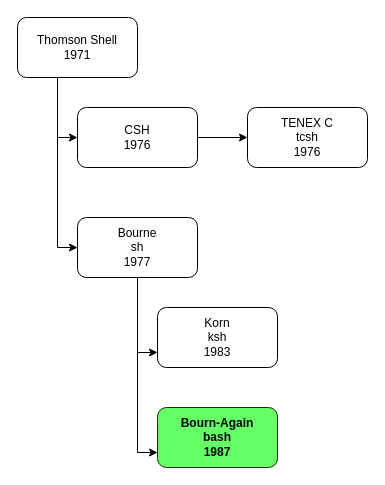
tutmosisII/TutorialBash keeps this draw.io diagram as diagramas/HistoriaShell.drawio. Above is the earlier version. Source tidied: cells renumbered, new cells numbered last; positions are measured from the earlier drawing's top-left corner, leaving out a move shared by most shapes. Both pictures are drawn from the tidied source at 100%, with x=0, y=0 at pixel (17, 17).
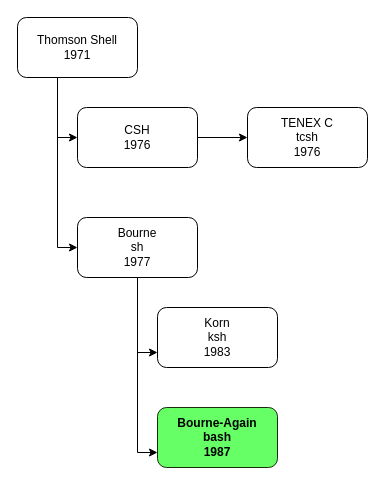
The same diagram, later.

Commit message (it also covers changes not shown here):
Adicionando variables bash

Change to the diagram source:
```diff
@@
 <mxGraphModel>
   <root>
     <mxCell id="0" />
     <mxCell id="1" parent="0" />
     <mxCell id="2" style="edgeStyle=orthogonalEdgeStyle;rounded=0;jettySize=auto;html=1;entryX=0;entryY=0.5;entryDx=0;entryDy=0;" parent="1" edge="1" source="4" target="6">
       <mxGeometry relative="1" as="geometry">
         <Array as="points">
           <mxPoint x="40" y="120" />
         </Array>
       </mxGeometry>
     </mxCell>
     <mxCell id="3" style="edgeStyle=orthogonalEdgeStyle;rounded=0;jettySize=auto;html=1;entryX=0;entryY=0.5;entryDx=0;entryDy=0;" parent="1" edge="1" source="4" target="9">
       <mxGeometry relative="1" as="geometry">
         <Array as="points">
           <mxPoint x="40" y="230" />
         </Array>
       </mxGeometry>
     </mxCell>
     <mxCell id="4" value="Thomson Shell&lt;br&gt;1971" style="rounded=1;whiteSpace=wrap;html=1;" parent="1" vertex="1">
       <mxGeometry width="120" height="60" as="geometry" />
     </mxCell>
     <mxCell id="5" style="edgeStyle=orthogonalEdgeStyle;rounded=0;jettySize=auto;html=1;entryX=0;entryY=0.5;entryDx=0;entryDy=0;" parent="1" edge="1" source="6" target="10">
       <mxGeometry relative="1" as="geometry" />
     </mxCell>
     <mxCell id="6" value="CSH &lt;br&gt;1976" style="rounded=1;whiteSpace=wrap;html=1;" parent="1" vertex="1">
       <mxGeometry x="60" y="90" width="120" height="60" as="geometry" />
     </mxCell>
     <mxCell id="7" style="edgeStyle=orthogonalEdgeStyle;rounded=0;jettySize=auto;html=1;entryX=0;entryY=0.75;entryDx=0;entryDy=0;" parent="1" edge="1" source="9" target="11">
       <mxGeometry relative="1" as="geometry" />
     </mxCell>
     <mxCell id="8" style="edgeStyle=orthogonalEdgeStyle;rounded=0;jettySize=auto;html=1;entryX=0;entryY=0.75;entryDx=0;entryDy=0;" parent="1" edge="1" source="9" target="12">
       <mxGeometry relative="1" as="geometry" />
     </mxCell>
     <mxCell id="9" value="Bourne&lt;br&gt;sh&lt;br&gt;1977" style="rounded=1;whiteSpace=wrap;html=1;" parent="1" vertex="1">
       <mxGeometry x="60" y="200" width="120" height="60" as="geometry" />
     </mxCell>
     <mxCell id="10" value="TENEX C&lt;br&gt;tcsh&lt;br&gt;1976" style="rounded=1;whiteSpace=wrap;html=1;" parent="1" vertex="1">
       <mxGeometry x="230" y="90" width="120" height="60" as="geometry" />
     </mxCell>
     <mxCell id="11" value="Korn&lt;br&gt;ksh&lt;br&gt;1983" style="rounded=1;whiteSpace=wrap;html=1;" parent="1" vertex="1">
       <mxGeometry x="140" y="290" width="120" height="60" as="geometry" />
     </mxCell>
-    <mxCell id="12" value="&lt;font color=&quot;#000000&quot;&gt;&lt;b&gt;Bourn-Again&lt;br&gt;bash&lt;br&gt;1987&lt;/b&gt;&lt;/font&gt;" style="rounded=1;whiteSpace=wrap;html=1;fillColor=#66FF66;strokeColor=#182B0A;" parent="1" vertex="1">
+    <mxCell id="12" value="&lt;font color=&quot;#000000&quot;&gt;&lt;b&gt;Bourne-Again&lt;br&gt;bash&lt;br&gt;1987&lt;/b&gt;&lt;/font&gt;" style="rounded=1;whiteSpace=wrap;html=1;fillColor=#66FF66;strokeColor=#182B0A;" parent="1" vertex="1">
       <mxGeometry x="140" y="390" width="120" height="60" as="geometry" />
     </mxCell>
   </root>
 </mxGraphModel>
```
